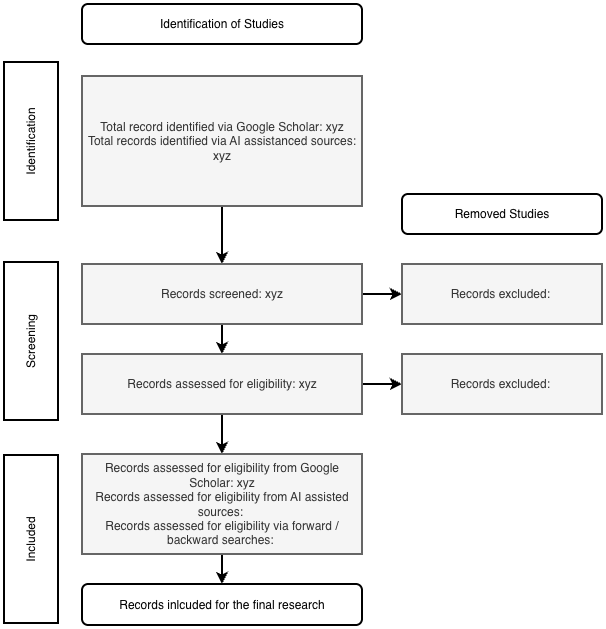
This is images/PRISMA.png from HendrikDA/mastersthesis, a draw.io export, as it was before one commit. Source tidied: cells renumbered, new cells last; positions are measured from the earlier drawing's top-left corner, leaving out a move shared by most shapes.
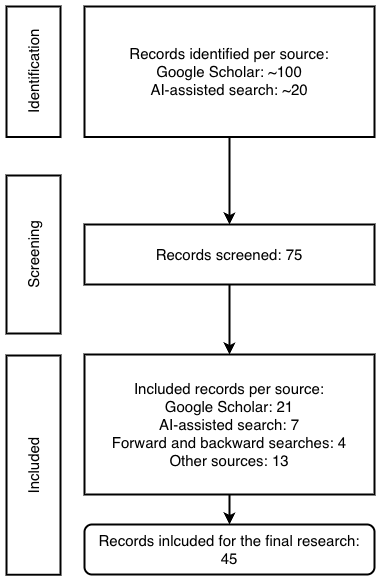
After the change.

Commit message:
Update PRISMA section

Diff of the diagram source:
```diff
@@ -2,59 +2,35 @@
   <root>
     <mxCell id="0" />
     <mxCell id="1" parent="0" />
-    <mxCell id="2" value="Identification of Studies" style="whiteSpace=wrap;strokeWidth=2;rounded=1;" parent="1" vertex="1">
-      <mxGeometry x="135" width="280" height="40" as="geometry" />
-    </mxCell>
-    <mxCell id="3" value="Identification" style="whiteSpace=wrap;strokeWidth=2;rotation=-90;" parent="1" vertex="1">
-      <mxGeometry x="5" y="110" width="158" height="54" as="geometry" />
+    <mxCell id="3" value="Identification" style="whiteSpace=wrap;strokeWidth=2;rotation=-90;fontSize=15;" parent="1" vertex="1">
+      <mxGeometry x="18.8" y="110.2" width="130.5" height="54" as="geometry" />
     </mxCell>
-    <mxCell id="4" value="Screening" style="whiteSpace=wrap;strokeWidth=2;rotation=-90;" parent="1" vertex="1">
-      <mxGeometry x="5" y="310" width="158" height="54" as="geometry" />
+    <mxCell id="4" value="Screening" style="whiteSpace=wrap;strokeWidth=2;rotation=-90;fontSize=15;" parent="1" vertex="1">
+      <mxGeometry x="5" y="293" width="158" height="54" as="geometry" />
     </mxCell>
-    <mxCell id="5" value="Included" style="whiteSpace=wrap;strokeWidth=2;rotation=-90;" parent="1" vertex="1">
-      <mxGeometry y="508" width="168" height="54" as="geometry" />
+    <mxCell id="5" value="Included" style="whiteSpace=wrap;strokeWidth=2;rotation=-90;fontSize=15;" parent="1" vertex="1">
+      <mxGeometry x="-25.6" y="503.6" width="219.2" height="54" as="geometry" />
     </mxCell>
-    <mxCell id="6" value="Records inlcuded for the final research" style="whiteSpace=wrap;strokeWidth=2;rotation=0;rounded=1;spacingTop=0;spacing=4;" parent="1" vertex="1">
-      <mxGeometry x="135" y="580" width="280" height="41" as="geometry" />
+    <mxCell id="6" value="Records inlcuded for the final research: 45" style="whiteSpace=wrap;strokeWidth=2;rotation=0;rounded=1;spacingTop=0;spacing=13;fontSize=15;" parent="1" vertex="1">
+      <mxGeometry x="135" y="590" width="290" height="50" as="geometry" />
     </mxCell>
-    <mxCell id="7" style="edgeStyle=orthogonalEdgeStyle;rounded=0;jettySize=auto;html=1;entryX=0.5;entryY=0;entryDx=0;entryDy=0;strokeWidth=2;" parent="1" edge="1" source="8" target="12">
-      <mxGeometry relative="1" as="geometry" />
-    </mxCell>
-    <mxCell id="8" value="Total record identified via Google Scholar: xyz&#10;Total records identified via AI assistanced sources: xyz" style="whiteSpace=wrap;strokeWidth=2;rounded=0;fillColor=#f5f5f5;fontColor=#333333;strokeColor=#666666;align=center;" parent="1" vertex="1">
-      <mxGeometry x="135" y="72" width="280" height="130" as="geometry" />
+    <mxCell id="8" value="Records identified per source:&#10;Google Scholar: ~100&#10;AI-assisted search: ~20" style="whiteSpace=wrap;strokeWidth=2;rounded=0;align=center;fontSize=15;spacing=6;" parent="1" vertex="1">
+      <mxGeometry x="135" y="72" width="290" height="130.5" as="geometry" />
     </mxCell>
-    <mxCell id="9" value="Removed Studies" style="whiteSpace=wrap;strokeWidth=2;rounded=1;" parent="1" vertex="1">
-      <mxGeometry x="455" y="190" width="200" height="40" as="geometry" />
-    </mxCell>
-    <mxCell id="10" style="edgeStyle=orthogonalEdgeStyle;rounded=0;jettySize=auto;html=1;entryX=0;entryY=0.5;entryDx=0;entryDy=0;strokeWidth=2;" parent="1" edge="1" source="12" target="18">
-      <mxGeometry relative="1" as="geometry" />
-    </mxCell>
-    <mxCell id="11" style="edgeStyle=orthogonalEdgeStyle;rounded=0;jettySize=auto;html=1;entryX=0.5;entryY=0;entryDx=0;entryDy=0;strokeWidth=2;" parent="1" edge="1" source="12" target="15">
+    <mxCell id="11" style="edgeStyle=orthogonalEdgeStyle;rounded=0;jettySize=auto;html=1;entryX=0.5;entryY=0;entryDx=0;entryDy=0;strokeWidth=2;exitX=0.5;exitY=1;exitDx=0;exitDy=0;" parent="1" edge="1" source="8" target="15">
       <mxGeometry relative="1" as="geometry" />
     </mxCell>
-    <mxCell id="12" value="Records screened: xyz" style="whiteSpace=wrap;strokeWidth=2;rounded=0;fillColor=#f5f5f5;fontColor=#333333;strokeColor=#666666;align=center;" parent="1" vertex="1">
-      <mxGeometry x="135" y="260" width="280" height="60" as="geometry" />
-    </mxCell>
-    <mxCell id="13" style="edgeStyle=orthogonalEdgeStyle;rounded=0;jettySize=auto;html=1;entryX=0;entryY=0.5;entryDx=0;entryDy=0;strokeWidth=2;" parent="1" edge="1" source="15" target="19">
-      <mxGeometry relative="1" as="geometry" />
-    </mxCell>
     <mxCell id="14" style="edgeStyle=orthogonalEdgeStyle;rounded=0;jettySize=auto;html=1;entryX=0.5;entryY=0;entryDx=0;entryDy=0;strokeWidth=2;" parent="1" edge="1" source="15" target="17">
       <mxGeometry relative="1" as="geometry" />
     </mxCell>
-    <mxCell id="15" value="Records assessed for eligibility: xyz" style="whiteSpace=wrap;strokeWidth=2;rounded=0;fillColor=#f5f5f5;fontColor=#333333;strokeColor=#666666;align=center;" parent="1" vertex="1">
-      <mxGeometry x="135" y="350" width="280" height="60" as="geometry" />
+    <mxCell id="15" value="Records screened: 75" style="whiteSpace=wrap;strokeWidth=2;rounded=0;align=center;fontSize=15;spacing=6;" parent="1" vertex="1">
+      <mxGeometry x="135" y="290" width="290" height="60" as="geometry" />
     </mxCell>
     <mxCell id="16" style="edgeStyle=orthogonalEdgeStyle;rounded=0;jettySize=auto;html=1;strokeWidth=2;" parent="1" edge="1" source="17" target="6">
       <mxGeometry relative="1" as="geometry" />
     </mxCell>
-    <mxCell id="17" value="Records assessed for eligibility from Google Scholar: xyz&#10;Records assessed for eligibility from AI assisted sources: &#10;Records assessed for eligibility via forward / backward searches: " style="whiteSpace=wrap;strokeWidth=2;rounded=0;fillColor=#f5f5f5;fontColor=#333333;strokeColor=#666666;align=center;" parent="1" vertex="1">
-      <mxGeometry x="135" y="450" width="280" height="100" as="geometry" />
+    <mxCell id="17" value="Included records per source:&#10;Google Scholar: 21&#10;AI-assisted search: 7&#10;Forward and backward searches: 4&#10;Other sources: 13" style="whiteSpace=wrap;strokeWidth=2;rounded=0;align=center;fontSize=15;spacing=7;" parent="1" vertex="1">
+      <mxGeometry x="135" y="420" width="290" height="140" as="geometry" />
     </mxCell>
-    <mxCell id="18" value="Records excluded: " style="whiteSpace=wrap;strokeWidth=2;rounded=0;fillColor=#f5f5f5;fontColor=#333333;strokeColor=#666666;align=center;" parent="1" vertex="1">
-      <mxGeometry x="455" y="260" width="200" height="60" as="geometry" />
-    </mxCell>
-    <mxCell id="19" value="Records excluded: " style="whiteSpace=wrap;strokeWidth=2;rounded=0;fillColor=#f5f5f5;fontColor=#333333;strokeColor=#666666;align=center;" parent="1" vertex="1">
-      <mxGeometry x="455" y="350" width="200" height="60" as="geometry" />
-    </mxCell>
   </root>
 </mxGraphModel>
```
